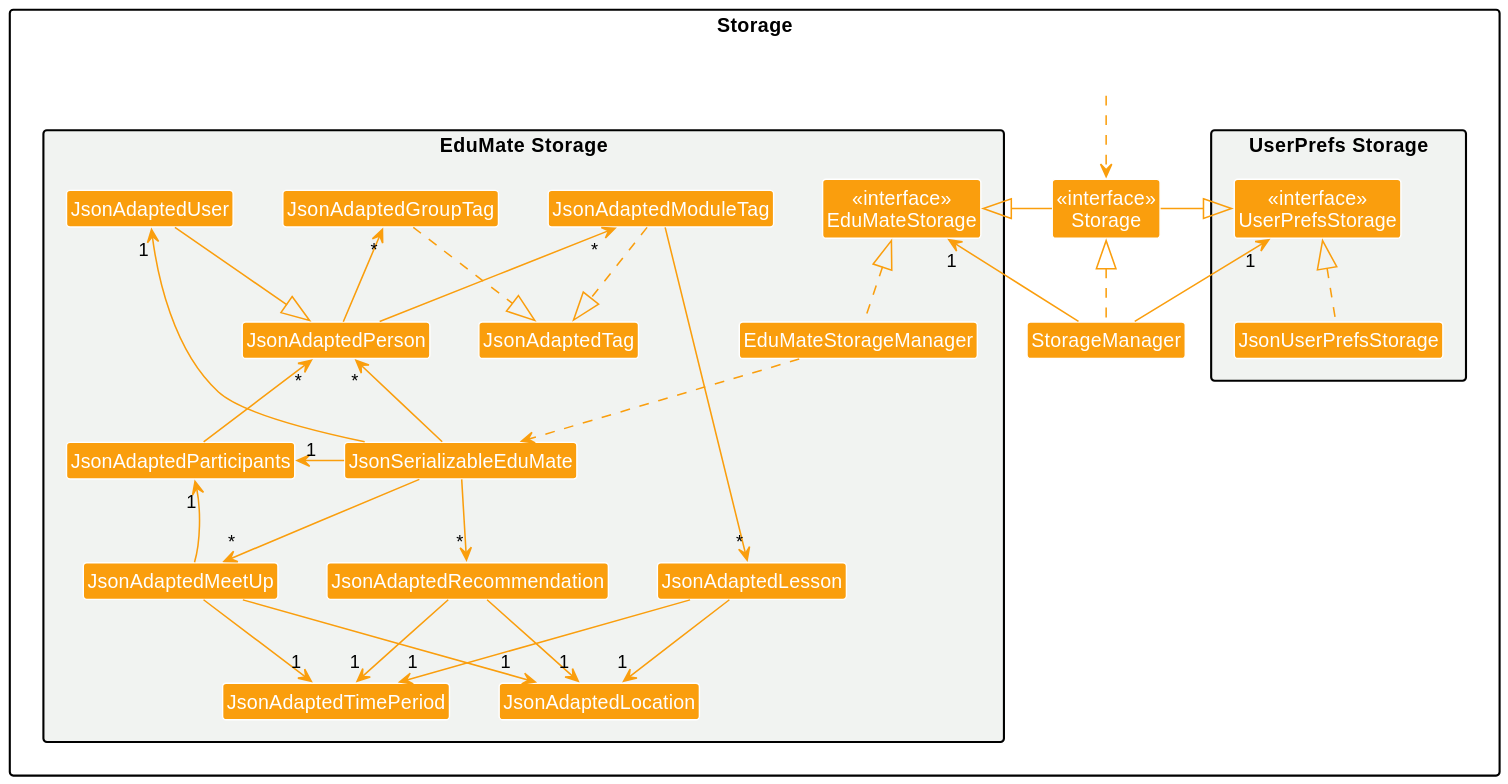
Earlier version of the PlantUML export docs/images/StorageClassDiagram.svg (nus-cs2103-AY2223S2/tp).
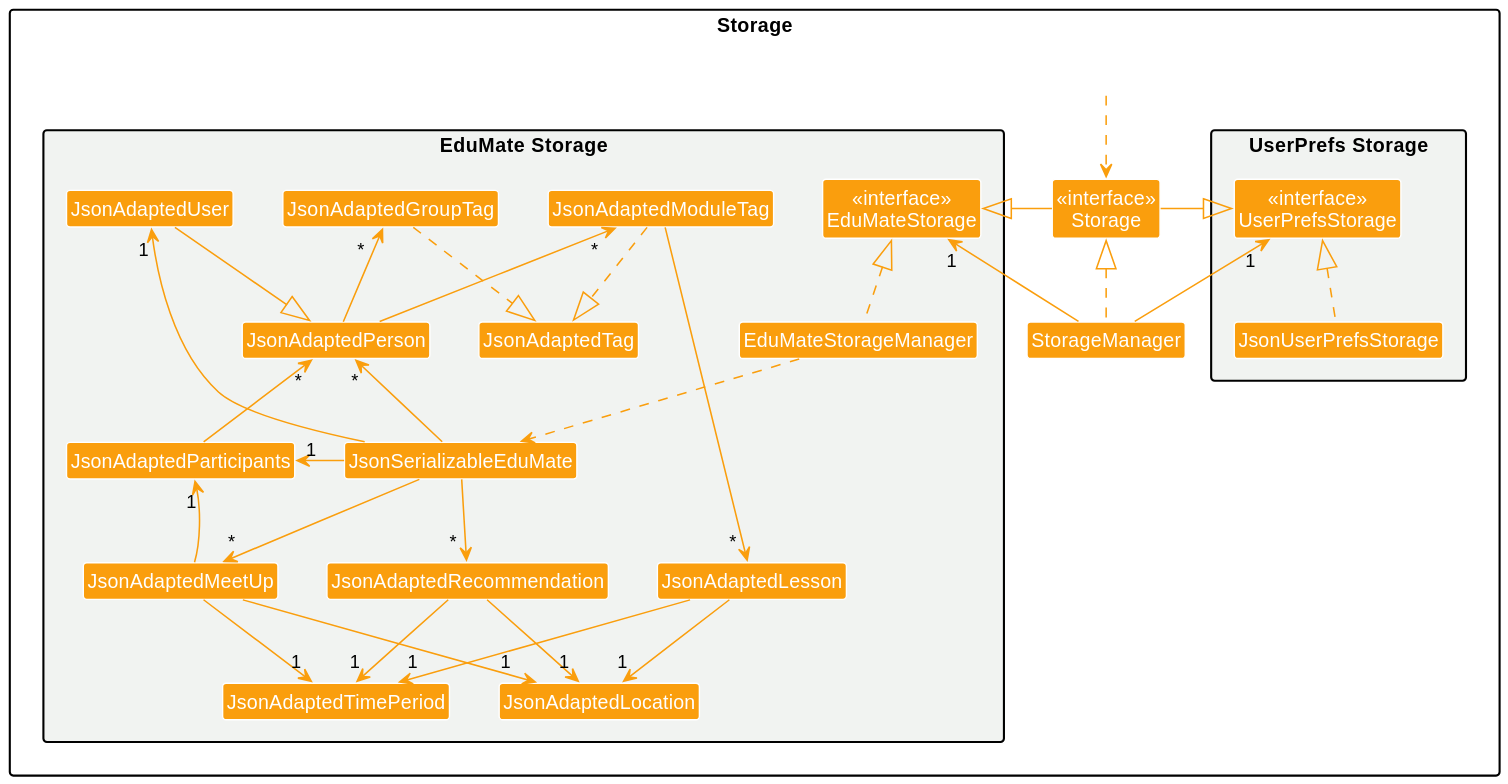
Later version of the same file.

Commit message:
Adjust asterisks in diagram

What changed in the source:
```diff
@@ -46,17 +46,17 @@
 EduMateStorageManager ..> JsonSerializableEduMate
 JsonSerializableEduMate -up-> "*" JsonAdaptedPerson
 JsonSerializableEduMate -up-> "1" JsonAdaptedUser
-JsonAdaptedPerson -up-> "*" JsonAdaptedGroupTag
+JsonAdaptedPerson -up-> "~*  " JsonAdaptedGroupTag
 JsonAdaptedPerson -up-> "*" JsonAdaptedModuleTag
 JsonAdaptedUser --|> JsonAdaptedPerson
 JsonSerializableEduMate -right-> "1" JsonAdaptedParticipants
-JsonSerializableEduMate --> "*" JsonAdaptedRecommendation
+JsonSerializableEduMate --> "~* " JsonAdaptedRecommendation
 JsonSerializableEduMate --> "*" JsonAdaptedMeetUp
 
 JsonAdaptedGroupTag ..|> JsonAdaptedTag
 JsonAdaptedModuleTag ..|> JsonAdaptedTag
 
-JsonAdaptedModuleTag --> "*" JsonAdaptedLesson
+JsonAdaptedModuleTag --> "~* " JsonAdaptedLesson
 
 JsonAdaptedMeetUp -[hidden]right-> JsonAdaptedRecommendation
 JsonAdaptedMeetUp -[hidden]left-> JsonAdaptedParticipants
```
